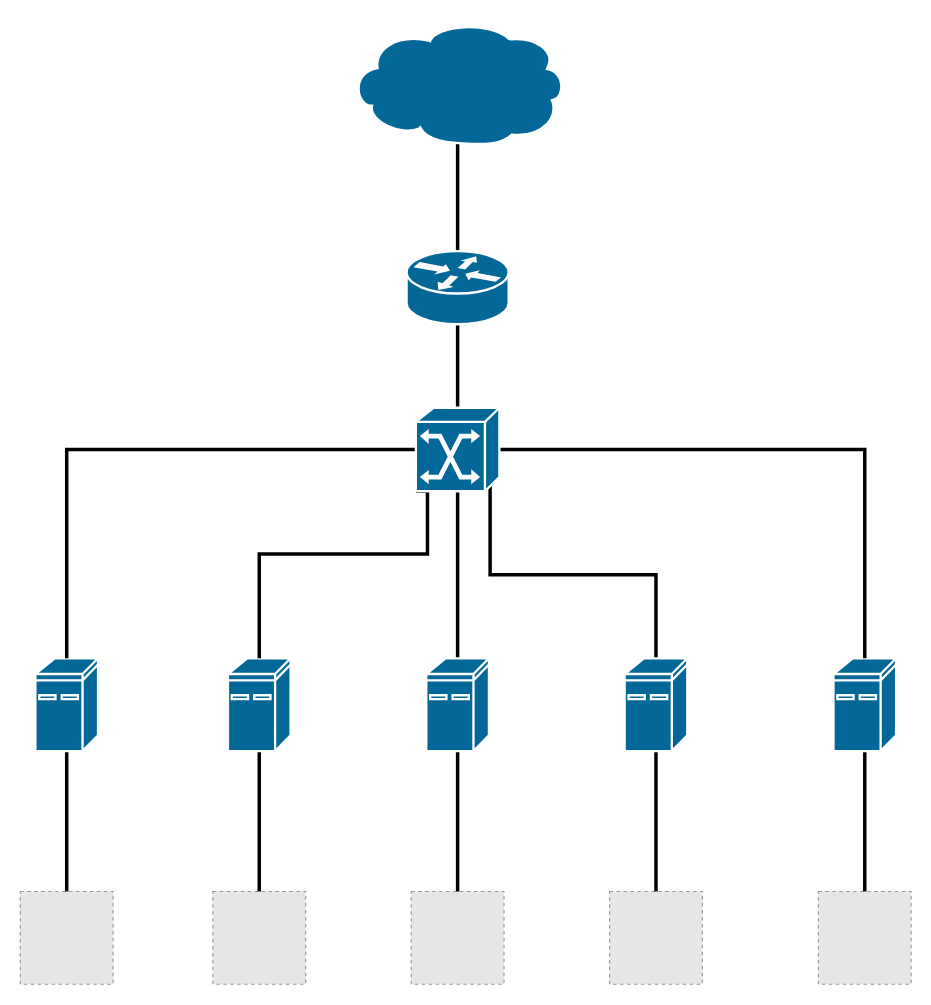
The draw.io diagram Untitled Diagram.drawio in mushymuse/diagrams, before the edit. Source tidied: cells renumbered, new cells numbered last; positions are measured from the earlier drawing's top-left corner, leaving out a move shared by most shapes. Both pictures are drawn from the tidied source at 116%, with x=0, y=0 at pixel (20, 21). Pictures stored in the file or linked from it are replaced by grey dashed boxes.
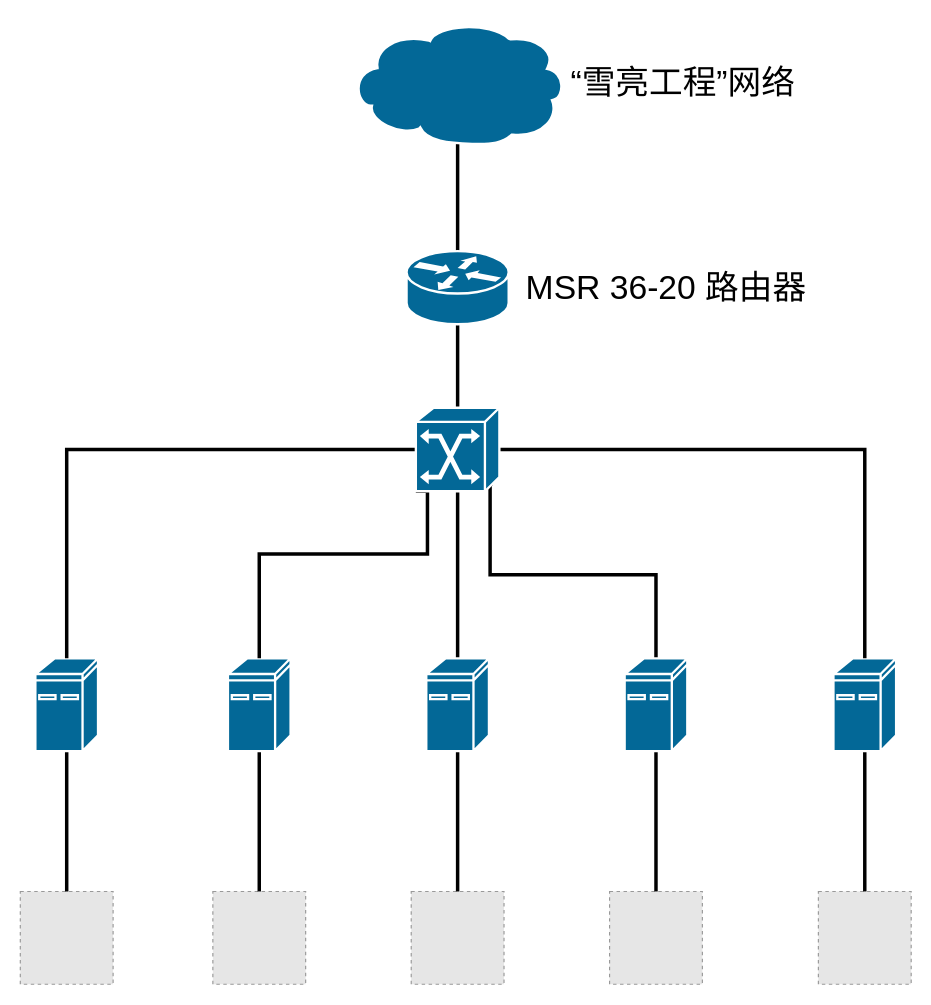
Above is the later version.

What changed in the source:
```diff
@@
+    <mxCell id="27" value="“雪亮工程”网络" style="text;html=1;strokeColor=none;fillColor=none;align=center;verticalAlign=middle;whiteSpace=wrap;rounded=0;fontSize=29;" parent="1" vertex="1">
+      <mxGeometry x="459" y="38" width="225" height="30" as="geometry" />
+    </mxCell>
+    <mxCell id="28" value="MSR 36-20 路由器" style="text;html=1;strokeColor=none;fillColor=none;align=center;verticalAlign=middle;whiteSpace=wrap;rounded=0;fontSize=29;" parent="1" vertex="1">
+      <mxGeometry x="421" y="214.5" width="272" height="30" as="geometry" />
+    </mxCell>
```
